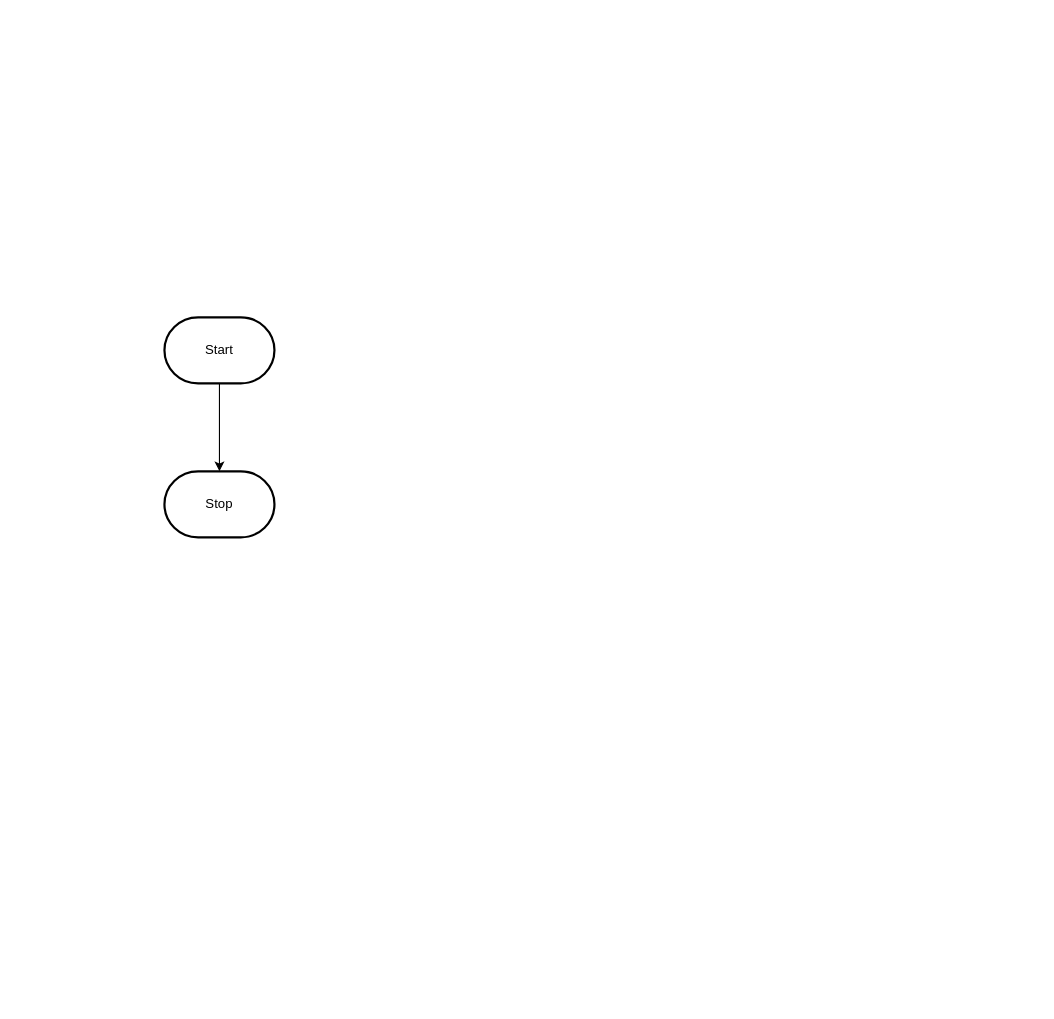
The draw.io diagram design/flowchart.drawio in MTHS-ICD2O-1-2023/ICD2O-Unit-5-03-George-Khalil-29, before the edit. Source tidied: cells renumbered, new cells numbered last; positions are measured from the earlier drawing's top-left corner, leaving out a move shared by most shapes. Both pictures are drawn from the tidied source at 110%, with x=0, y=0 at pixel (164, 317).
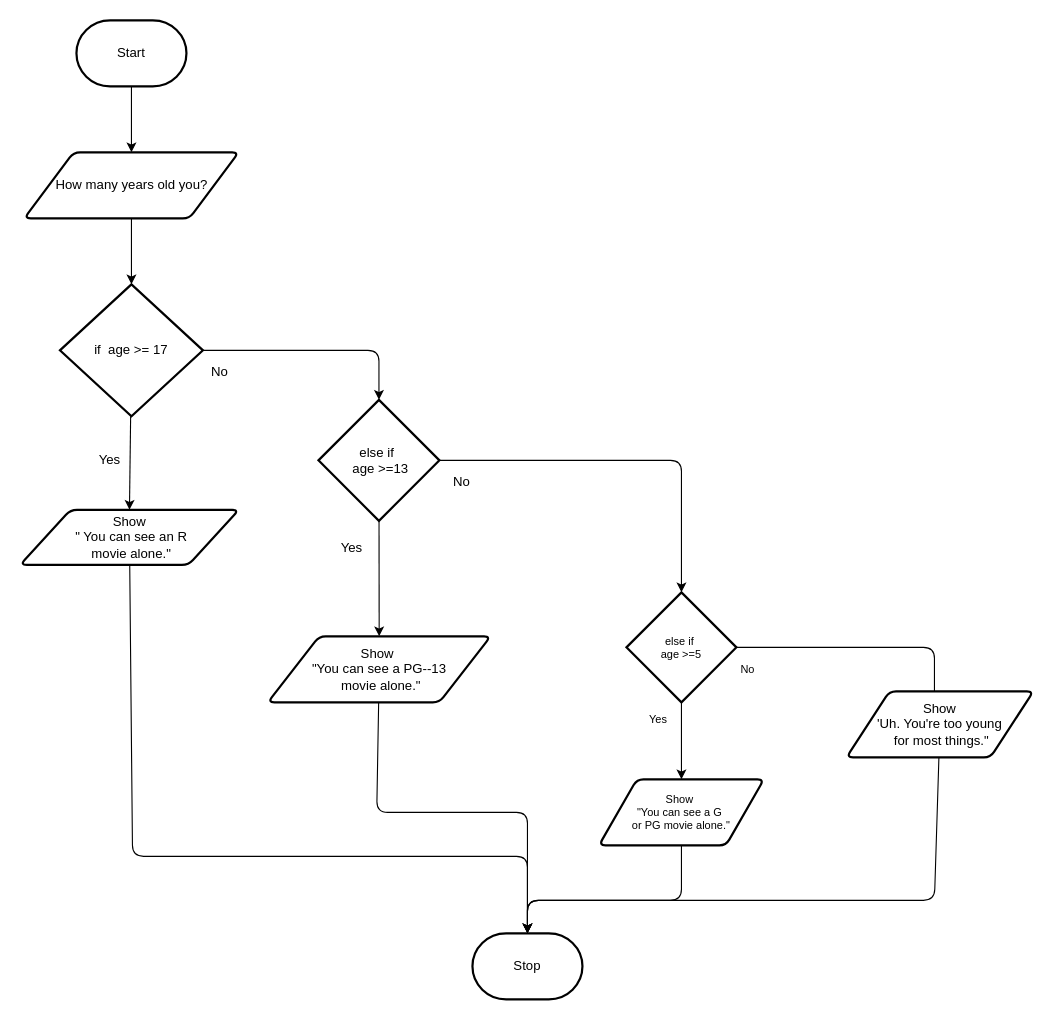
After the change.

What changed in the source:
```diff
@@
-    <mxCell id="2" style="edgeStyle=orthogonalEdgeStyle;html=1;rounded=0;" parent="1" edge="1" source="3" target="4">
-      <mxGeometry relative="1" as="geometry" />
-    </mxCell>
+    <mxCell id="5" style="edgeStyle=none;html=1;entryX=0.5;entryY=0;entryDx=0;entryDy=0;" parent="1" edge="1" source="3" target="7">
+      <mxGeometry relative="1" as="geometry" />
+    </mxCell>
     <mxCell id="3" value="Start" style="strokeWidth=2;html=1;shape=mxgraph.flowchart.terminator;whiteSpace=wrap;" parent="1" vertex="1">
-      <mxGeometry width="100" height="60" as="geometry" />
+      <mxGeometry x="-80" y="-270" width="100" height="60" as="geometry" />
     </mxCell>
     <mxCell id="4" value="Stop" style="strokeWidth=2;html=1;shape=mxgraph.flowchart.terminator;whiteSpace=wrap;" parent="1" vertex="1">
-      <mxGeometry y="140" width="100" height="60" as="geometry" />
+      <mxGeometry x="280" y="560" width="100" height="60" as="geometry" />
     </mxCell>
+    <mxCell id="6" style="edgeStyle=none;html=1;entryX=0.5;entryY=0;entryDx=0;entryDy=0;entryPerimeter=0;" parent="1" edge="1" source="7" target="10">
+      <mxGeometry relative="1" as="geometry" />
+    </mxCell>
+    <mxCell id="7" value="How many years old you?" style="shape=parallelogram;html=1;strokeWidth=2;perimeter=parallelogramPerimeter;whiteSpace=wrap;rounded=1;arcSize=12;size=0.23;" parent="1" vertex="1">
+      <mxGeometry x="-127.5" y="-150" width="195" height="60" as="geometry" />
+    </mxCell>
+    <mxCell id="8" style="edgeStyle=none;html=1;entryX=0.5;entryY=0;entryDx=0;entryDy=0;" parent="1" edge="1" source="10" target="12">
+      <mxGeometry relative="1" as="geometry" />
+    </mxCell>
+    <mxCell id="9" style="edgeStyle=none;html=1;fontColor=#000000;entryX=0.5;entryY=0;entryDx=0;entryDy=0;entryPerimeter=0;" parent="1" edge="1" source="10" target="17">
+      <mxGeometry relative="1" as="geometry">
+        <Array as="points">
+          <mxPoint x="195" y="30" />
+        </Array>
+      </mxGeometry>
+    </mxCell>
+    <mxCell id="10" value="if&amp;nbsp; age &amp;gt;= 17" style="strokeWidth=2;html=1;shape=mxgraph.flowchart.decision;whiteSpace=wrap;" parent="1" vertex="1">
+      <mxGeometry x="-95" y="-30" width="130" height="120" as="geometry" />
+    </mxCell>
+    <mxCell id="11" style="edgeStyle=none;html=1;entryX=0.5;entryY=0;entryDx=0;entryDy=0;entryPerimeter=0;fontSize=10;fontColor=#E6E6E6;" parent="1" edge="1" source="12" target="4">
+      <mxGeometry relative="1" as="geometry">
+        <Array as="points">
+          <mxPoint x="-29" y="490" />
+          <mxPoint x="330" y="490" />
+        </Array>
+      </mxGeometry>
+    </mxCell>
+    <mxCell id="12" value="Show&lt;br&gt;&amp;nbsp;&quot; You can see an R&lt;br&gt;&amp;nbsp;movie alone.&quot;" style="shape=parallelogram;html=1;strokeWidth=2;perimeter=parallelogramPerimeter;whiteSpace=wrap;rounded=1;arcSize=12;size=0.23;" parent="1" vertex="1">
+      <mxGeometry x="-131.2" y="175" width="198.8" height="50" as="geometry" />
+    </mxCell>
+    <mxCell id="13" value="&lt;font color=&quot;#000000&quot;&gt;Yes&lt;/font&gt;" style="text;html=1;align=center;verticalAlign=middle;strokeColor=none;fillColor=none;" parent="1" vertex="1">
+      <mxGeometry x="-70" y="115" width="40" height="30" as="geometry" />
+    </mxCell>
+    <mxCell id="14" value="No" style="text;html=1;align=center;verticalAlign=middle;strokeColor=none;fillColor=none;fontColor=#000000;" parent="1" vertex="1">
+      <mxGeometry x="30" y="35" width="40" height="30" as="geometry" />
+    </mxCell>
+    <mxCell id="15" style="edgeStyle=none;html=1;fontColor=#CCCCCC;" parent="1" edge="1" source="17" target="21">
+      <mxGeometry relative="1" as="geometry" />
+    </mxCell>
+    <mxCell id="16" style="edgeStyle=none;html=1;fontColor=#CCCCCC;entryX=0.5;entryY=0;entryDx=0;entryDy=0;entryPerimeter=0;" parent="1" edge="1" source="17" target="24">
+      <mxGeometry relative="1" as="geometry">
+        <Array as="points">
+          <mxPoint x="470" y="130" />
+        </Array>
+      </mxGeometry>
+    </mxCell>
+    <mxCell id="17" value="&lt;font color=&quot;#000000&quot;&gt;else if&amp;nbsp;&lt;br&gt;&amp;nbsp;age &amp;gt;=13&lt;/font&gt;" style="strokeWidth=2;html=1;shape=mxgraph.flowchart.decision;whiteSpace=wrap;fontColor=#CCCCCC;" parent="1" vertex="1">
+      <mxGeometry x="140" y="75" width="110" height="110" as="geometry" />
+    </mxCell>
+    <mxCell id="18" value="&lt;font color=&quot;#000000&quot;&gt;No&lt;/font&gt;" style="text;html=1;align=center;verticalAlign=middle;strokeColor=none;fillColor=none;fontColor=#CCCCCC;" parent="1" vertex="1">
+      <mxGeometry x="250" y="135" width="40" height="30" as="geometry" />
+    </mxCell>
+    <mxCell id="19" value="Yes" style="text;html=1;align=center;verticalAlign=middle;strokeColor=none;fillColor=none;fontColor=#000000;" parent="1" vertex="1">
+      <mxGeometry x="150" y="195" width="40" height="30" as="geometry" />
+    </mxCell>
+    <mxCell id="20" style="edgeStyle=none;html=1;entryX=0.5;entryY=0;entryDx=0;entryDy=0;entryPerimeter=0;fontSize=10;fontColor=#E6E6E6;" parent="1" edge="1" source="21" target="4">
+      <mxGeometry relative="1" as="geometry">
+        <Array as="points">
+          <mxPoint x="193" y="450" />
+          <mxPoint x="330" y="450" />
+        </Array>
+      </mxGeometry>
+    </mxCell>
+    <mxCell id="21" value="&lt;font color=&quot;#000000&quot;&gt;Show&amp;nbsp;&lt;br&gt;&quot;You can see a PG--13&lt;br&gt;&amp;nbsp;movie alone.&quot;&lt;/font&gt;" style="shape=parallelogram;html=1;strokeWidth=2;perimeter=parallelogramPerimeter;whiteSpace=wrap;rounded=1;arcSize=12;size=0.23;fontColor=#E6E6E6;" parent="1" vertex="1">
+      <mxGeometry x="94" y="290" width="202.5" height="60" as="geometry" />
+    </mxCell>
+    <mxCell id="22" style="edgeStyle=none;html=1;entryX=0.5;entryY=0;entryDx=0;entryDy=0;fontSize=10;fontColor=#E6E6E6;" parent="1" edge="1" source="24" target="26">
+      <mxGeometry relative="1" as="geometry" />
+    </mxCell>
+    <mxCell id="23" style="edgeStyle=none;html=1;" parent="1" edge="1" source="24">
+      <mxGeometry relative="1" as="geometry">
+        <mxPoint x="700" y="350" as="targetPoint" />
+        <Array as="points">
+          <mxPoint x="700" y="300" />
+        </Array>
+      </mxGeometry>
+    </mxCell>
+    <mxCell id="24" value="&lt;font color=&quot;#000000&quot;&gt;else if&amp;nbsp;&lt;br&gt;age &amp;gt;=5&lt;/font&gt;" style="strokeWidth=2;html=1;shape=mxgraph.flowchart.decision;whiteSpace=wrap;fontSize=10;fontColor=#E6E6E6;" parent="1" vertex="1">
+      <mxGeometry x="420" y="250" width="100" height="100" as="geometry" />
+    </mxCell>
+    <mxCell id="25" style="edgeStyle=none;html=1;entryX=0.5;entryY=0;entryDx=0;entryDy=0;entryPerimeter=0;fontSize=10;fontColor=#E6E6E6;" parent="1" edge="1" source="26" target="4">
+      <mxGeometry relative="1" as="geometry">
+        <Array as="points">
+          <mxPoint x="470" y="530" />
+          <mxPoint x="330" y="530" />
+        </Array>
+      </mxGeometry>
+    </mxCell>
+    <mxCell id="26" value="&lt;font color=&quot;#000000&quot;&gt;Show&amp;nbsp;&lt;br&gt;&quot;You can see a G&amp;nbsp;&lt;br&gt;or PG movie alone.&quot;&lt;/font&gt;" style="shape=parallelogram;html=1;strokeWidth=2;perimeter=parallelogramPerimeter;whiteSpace=wrap;rounded=1;arcSize=12;size=0.23;fontSize=10;fontColor=#E6E6E6;" parent="1" vertex="1">
+      <mxGeometry x="395" y="420" width="150" height="60" as="geometry" />
+    </mxCell>
+    <mxCell id="27" value="&lt;font color=&quot;#000000&quot;&gt;Yes&amp;nbsp;&lt;/font&gt;" style="text;html=1;align=center;verticalAlign=middle;strokeColor=none;fillColor=none;fontSize=10;fontColor=#E6E6E6;" parent="1" vertex="1">
+      <mxGeometry x="430" y="350" width="40" height="30" as="geometry" />
+    </mxCell>
+    <mxCell id="28" value="&lt;font color=&quot;#000000&quot;&gt;No&lt;/font&gt;" style="text;html=1;align=center;verticalAlign=middle;strokeColor=none;fillColor=none;fontSize=10;fontColor=#E6E6E6;" parent="1" vertex="1">
+      <mxGeometry x="510" y="305" width="40" height="30" as="geometry" />
+    </mxCell>
+    <mxCell id="29" style="edgeStyle=none;html=1;" parent="1" edge="1" source="30">
+      <mxGeometry relative="1" as="geometry">
+        <mxPoint x="330" y="560" as="targetPoint" />
+        <Array as="points">
+          <mxPoint x="700" y="530" />
+          <mxPoint x="330" y="530" />
+        </Array>
+      </mxGeometry>
+    </mxCell>
+    <mxCell id="30" value="Show&lt;br&gt;'Uh. You're too young&lt;br&gt;&amp;nbsp;for most things.&quot;" style="shape=parallelogram;html=1;strokeWidth=2;perimeter=parallelogramPerimeter;whiteSpace=wrap;rounded=1;arcSize=12;size=0.23;" parent="1" vertex="1">
+      <mxGeometry x="620" y="340" width="170" height="60" as="geometry" />
+    </mxCell>
```
